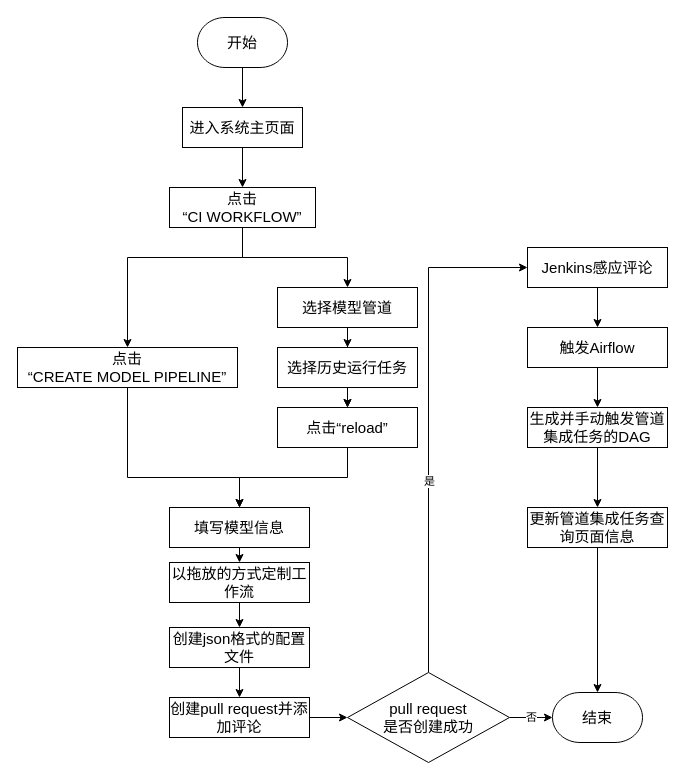
Before: 管道集成任务构建流程图.drawio in Sequin-hdd/COINFO, a draw.io diagram. Source tidied: cells renumbered, new cells numbered last; positions are measured from the earlier drawing's top-left corner, leaving out a move shared by most shapes. Both pictures are drawn from the tidied source at 100%, with x=0, y=0 at pixel (17, 17).
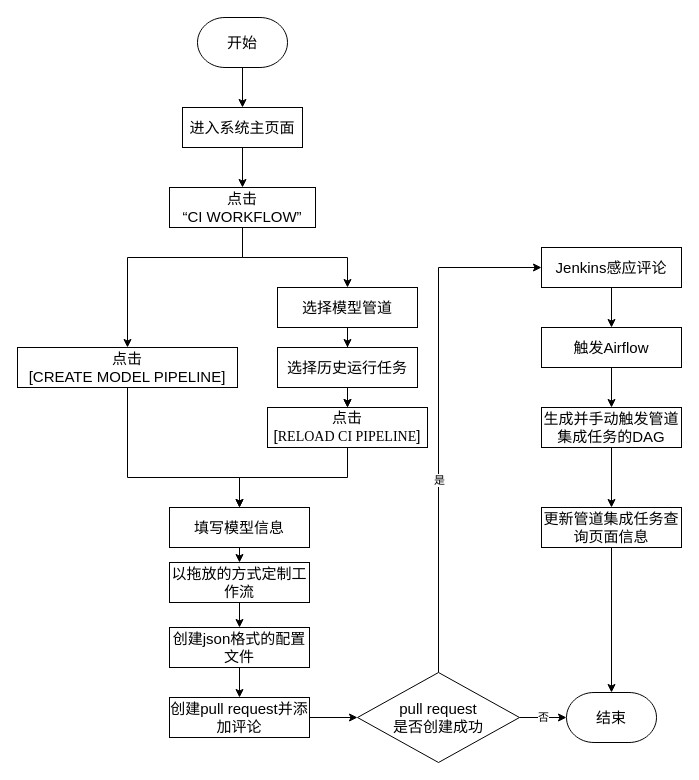
The same diagram, later.

Commit message:
更新管道集成任务构建流程图.drawio

What changed in the source:
```diff
@@
-    <mxCell id="10" value="&lt;span style=&quot;font-size: 15px&quot;&gt;点击&lt;br&gt;“CREATE MODEL PIPELINE”&lt;/span&gt;" style="rounded=0;whiteSpace=wrap;html=1;" parent="1" vertex="1">
+    <mxCell id="10" value="&lt;span style=&quot;font-size: 15px&quot;&gt;点击&lt;br&gt;[CREATE MODEL PIPELINE]&lt;/span&gt;" style="rounded=0;whiteSpace=wrap;html=1;" parent="1" vertex="1">
       <mxGeometry y="330" width="220" height="40" as="geometry" />
     </mxCell>
@@
-    <mxCell id="17" value="&lt;span style=&quot;font-size: 15px&quot;&gt;点击“reload”&lt;br&gt;&lt;/span&gt;" style="rounded=0;whiteSpace=wrap;html=1;" parent="1" vertex="1">
-      <mxGeometry x="260" y="390" width="140" height="40" as="geometry" />
+    <mxCell id="17" value="&lt;span style=&quot;font-size: 15px&quot;&gt;点击&lt;br&gt;[&lt;/span&gt;&lt;span style=&quot;font-family: &amp;#34;times new roman&amp;#34; ; font-size: 10.5pt&quot;&gt;RELOAD CI PIPELINE&lt;/span&gt;&lt;span style=&quot;font-size: 15px&quot;&gt;]&lt;/span&gt;" style="rounded=0;whiteSpace=wrap;html=1;" parent="1" vertex="1">
+      <mxGeometry x="250" y="390" width="160" height="40" as="geometry" />
     </mxCell>
@@
     <mxCell id="27" value="&lt;span style=&quot;font-size: 15px&quot;&gt;Jenkins感应评论&lt;br&gt;&lt;/span&gt;" style="rounded=0;whiteSpace=wrap;html=1;" parent="1" vertex="1">
-      <mxGeometry x="510" y="230" width="140" height="40" as="geometry" />
+      <mxGeometry x="524" y="230" width="140" height="40" as="geometry" />
     </mxCell>
     <mxCell id="28" value="结束" style="strokeWidth=1;html=1;shape=mxgraph.flowchart.terminator;whiteSpace=wrap;rounded=1;glass=0;fontSize=15;" parent="1" vertex="1">
-      <mxGeometry x="535" y="675" width="90" height="50" as="geometry" />
+      <mxGeometry x="549" y="675" width="90" height="50" as="geometry" />
     </mxCell>
@@
     <mxCell id="30" value="&lt;span style=&quot;font-size: 15px&quot;&gt;触发Airflow&lt;br&gt;&lt;/span&gt;" style="rounded=0;whiteSpace=wrap;html=1;" parent="1" vertex="1">
-      <mxGeometry x="510" y="310" width="140" height="40" as="geometry" />
+      <mxGeometry x="524" y="310" width="140" height="40" as="geometry" />
     </mxCell>
     <mxCell id="31" value="&lt;span style=&quot;font-size: 15px&quot;&gt;生成并手动触发管道集成任务的DAG&lt;br&gt;&lt;/span&gt;" style="rounded=0;whiteSpace=wrap;html=1;" parent="1" vertex="1">
-      <mxGeometry x="510" y="390" width="140" height="40" as="geometry" />
+      <mxGeometry x="524" y="390" width="140" height="40" as="geometry" />
     </mxCell>
@@
     <mxCell id="34" value="&lt;span style=&quot;font-size: 15px&quot;&gt;更新管道集成任务查询页面信息&lt;br&gt;&lt;/span&gt;" style="rounded=0;whiteSpace=wrap;html=1;" parent="1" vertex="1">
-      <mxGeometry x="510" y="490" width="140" height="40" as="geometry" />
+      <mxGeometry x="524" y="490" width="140" height="40" as="geometry" />
     </mxCell>
@@
-    <mxCell id="37" value="否" style="edgeStyle=orthogonalEdgeStyle;rounded=0;jettySize=auto;html=1;exitX=1;exitY=0.5;exitDx=0;exitDy=0;entryX=0;entryY=0.5;entryDx=0;entryDy=0;entryPerimeter=0;" parent="1" edge="1" source="38" target="28">
+    <mxCell id="37" value="否" style="edgeStyle=orthogonalEdgeStyle;rounded=0;jettySize=auto;html=1;entryX=0;entryY=0.5;entryDx=0;entryDy=0;entryPerimeter=0;" parent="1" edge="1" source="38" target="28">
       <mxGeometry relative="1" as="geometry" />
     </mxCell>
     <mxCell id="38" value="&lt;span style=&quot;font-size: 15px&quot;&gt;pull request&lt;br&gt;是否创建成功&lt;/span&gt;" style="rhombus;whiteSpace=wrap;html=1;" parent="1" vertex="1">
-      <mxGeometry x="330" y="655" width="162" height="90" as="geometry" />
+      <mxGeometry x="340" y="655" width="162" height="90" as="geometry" />
     </mxCell>
```
